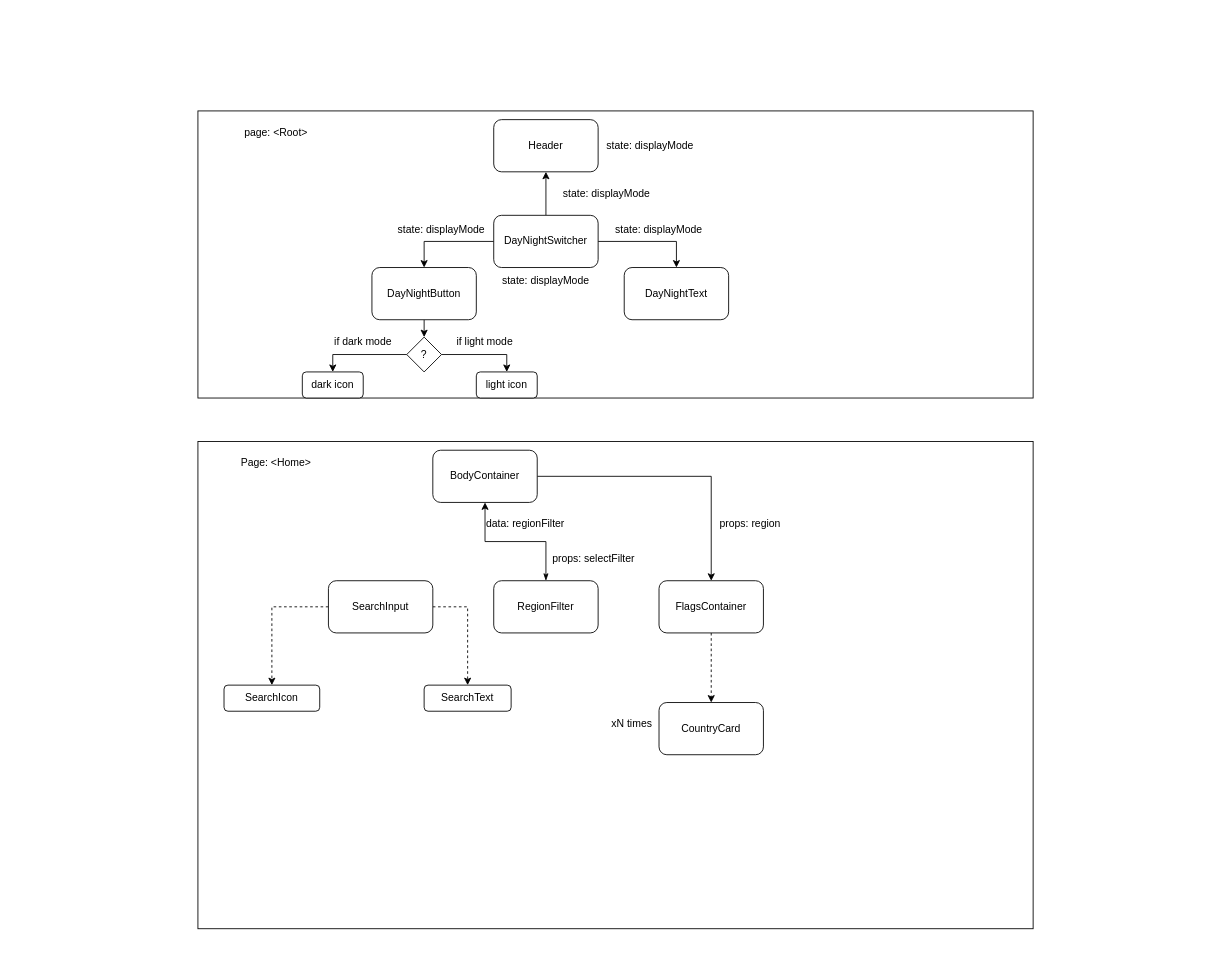
Before: comp_architecture.drawio in aisiklar/REST_Countries_API_Project, a draw.io diagram. Source tidied: cells renumbered, new cells numbered last; positions are measured from the earlier drawing's top-left corner, leaving out a move shared by most shapes. Both pictures are drawn from the tidied source at 87%, with x=0, y=0 at pixel (197, 110).
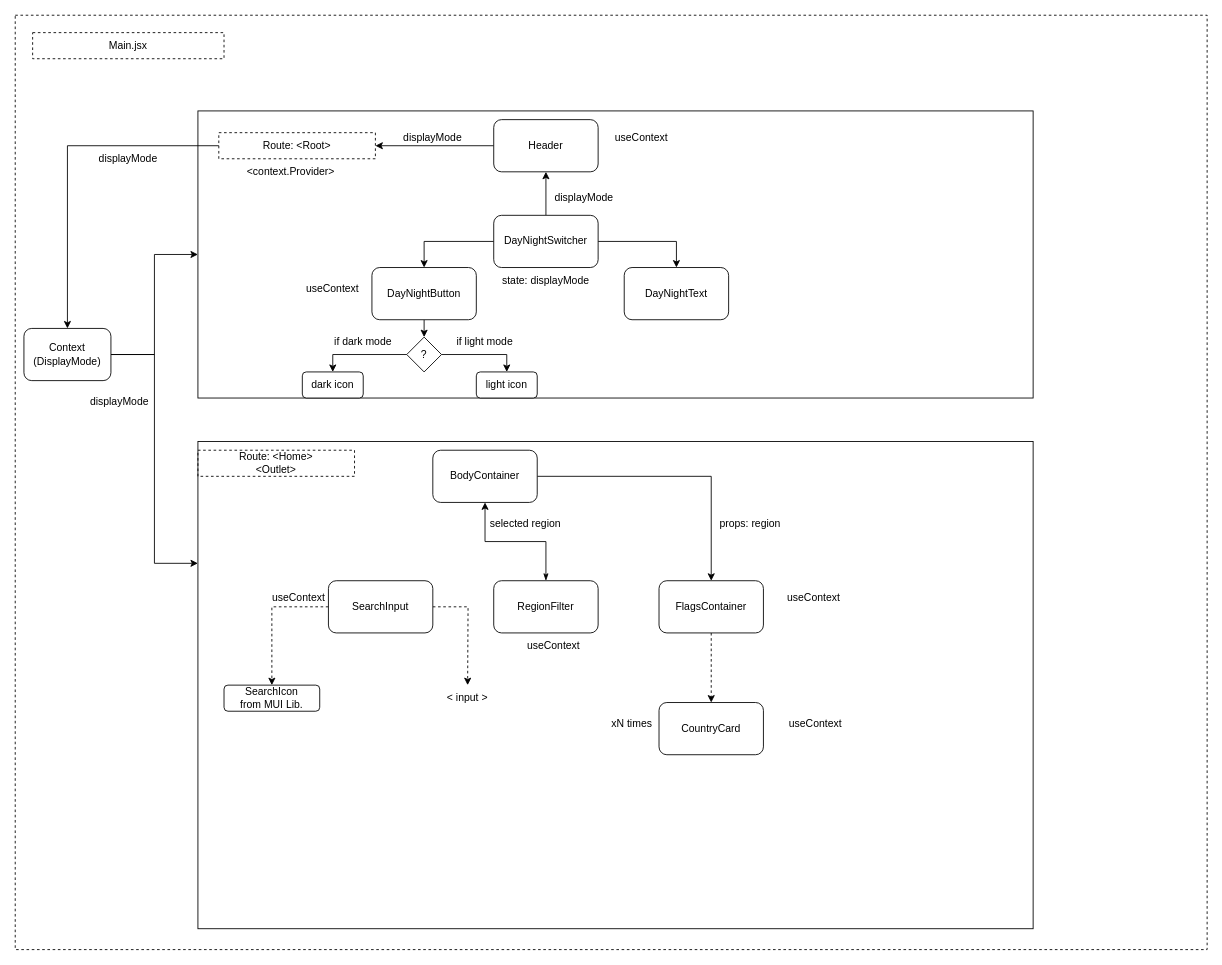
Above is the later version.

Unchanged cells that the change refers to:
```xml
<mxCell id="2" style="rounded=0;whiteSpace=wrap;html=1;" parent="1" vertex="1">
  <mxGeometry width="960" height="330" as="geometry" />
</mxCell>
<mxCell id="3" style="rounded=0;whiteSpace=wrap;html=1;" parent="1" vertex="1">
  <mxGeometry y="380" width="960" height="560" as="geometry" />
</mxCell>
<mxCell id="8" value="SearchInput" style="rounded=1;whiteSpace=wrap;html=1;" parent="1" vertex="1">
  <mxGeometry x="150" y="540" width="120" height="60" as="geometry" />
</mxCell>
<mxCell id="16" value="Header" style="whiteSpace=wrap;html=1;rounded=1;" parent="1" vertex="1">
  <mxGeometry x="340" y="10" width="120" height="60" as="geometry" />
</mxCell>
```

The edit, as a diff of the source:
```diff
@@
+    <mxCell id="42" style="rounded=0;whiteSpace=wrap;html=1;dashed=1;strokeColor=default;" parent="1" vertex="1">
+      <mxGeometry x="-210" y="-110" width="1370" height="1074" as="geometry" />
+    </mxCell>
@@
-    <mxCell id="6" style="edgeStyle=orthogonalEdgeStyle;rounded=0;jettySize=auto;html=1;exitX=1;exitY=0.5;exitDx=0;exitDy=0;dashed=1;" parent="1" edge="1" source="8" target="38">
-      <mxGeometry relative="1" as="geometry" />
+    <mxCell id="6" style="edgeStyle=orthogonalEdgeStyle;rounded=0;jettySize=auto;html=1;exitX=1;exitY=0.5;exitDx=0;exitDy=0;dashed=1;" parent="1" edge="1" source="8">
+      <mxGeometry relative="1" as="geometry">
+        <mxPoint x="310" y="660" as="targetPoint" />
+      </mxGeometry>
     </mxCell>
@@
-    <mxCell id="15" value="Page: &amp;lt;Home&amp;gt;" style="text;html=1;strokeColor=none;fillColor=none;align=center;verticalAlign=middle;whiteSpace=wrap;rounded=0;" parent="1" vertex="1">
+    <mxCell id="15" value="Route: &amp;lt;Home&amp;gt;&lt;br&gt;&amp;lt;Outlet&amp;gt;" style="text;html=1;strokeColor=default;fillColor=none;align=center;verticalAlign=middle;whiteSpace=wrap;rounded=0;dashed=1;" parent="1" vertex="1">
       <mxGeometry y="390" width="180" height="30" as="geometry" />
     </mxCell>
+    <mxCell id="43" style="edgeStyle=orthogonalEdgeStyle;rounded=0;jettySize=auto;html=1;entryX=1;entryY=0.5;entryDx=0;entryDy=0;" parent="1" edge="1" source="16" target="24">
+      <mxGeometry relative="1" as="geometry" />
+    </mxCell>
@@
+    <mxCell id="44" style="edgeStyle=orthogonalEdgeStyle;rounded=0;jettySize=auto;html=1;" parent="1" edge="1" source="24" target="48">
+      <mxGeometry relative="1" as="geometry" />
+    </mxCell>
-    <mxCell id="24" value="page: &amp;lt;Root&amp;gt;" style="text;html=1;strokeColor=none;fillColor=none;align=center;verticalAlign=middle;whiteSpace=wrap;rounded=0;" parent="1" vertex="1">
-      <mxGeometry y="10" width="180" height="30" as="geometry" />
+    <mxCell id="24" value="Route: &amp;lt;Root&amp;gt;" style="text;html=1;strokeColor=default;fillColor=none;align=center;verticalAlign=middle;whiteSpace=wrap;rounded=0;dashed=1;" parent="1" vertex="1">
+      <mxGeometry x="24" y="25" width="180" height="30" as="geometry" />
     </mxCell>
@@
-    <mxCell id="30" value="state: displayMode" style="text;html=1;strokeColor=none;fillColor=none;align=center;verticalAlign=middle;whiteSpace=wrap;rounded=0;" parent="1" vertex="1">
-      <mxGeometry x="410" y="80" width="120" height="30" as="geometry" />
+    <mxCell id="30" value="displayMode" style="text;html=1;strokeColor=none;fillColor=none;align=center;verticalAlign=middle;whiteSpace=wrap;rounded=0;" parent="1" vertex="1">
+      <mxGeometry x="384" y="85" width="120" height="30" as="geometry" />
     </mxCell>
-    <mxCell id="31" value="state: displayMode" style="text;html=1;strokeColor=none;fillColor=none;align=center;verticalAlign=middle;whiteSpace=wrap;rounded=0;" parent="1" vertex="1">
-      <mxGeometry x="220" y="122" width="120" height="30" as="geometry" />
-    </mxCell>
-    <mxCell id="32" value="state: displayMode" style="text;html=1;strokeColor=none;fillColor=none;align=center;verticalAlign=middle;whiteSpace=wrap;rounded=0;" parent="1" vertex="1">
-      <mxGeometry x="470" y="122" width="120" height="30" as="geometry" />
-    </mxCell>
@@
-    <mxCell id="34" value="state: displayMode" style="text;html=1;strokeColor=none;fillColor=none;align=center;verticalAlign=middle;whiteSpace=wrap;rounded=0;" parent="1" vertex="1">
-      <mxGeometry x="460" y="25" width="120" height="30" as="geometry" />
-    </mxCell>
@@
-    <mxCell id="37" value="SearchIcon" style="rounded=1;whiteSpace=wrap;html=1;" parent="1" vertex="1">
+    <mxCell id="37" value="SearchIcon&lt;br&gt;from MUI Lib." style="rounded=1;whiteSpace=wrap;html=1;" parent="1" vertex="1">
       <mxGeometry x="30" y="660" width="110" height="30" as="geometry" />
     </mxCell>
-    <mxCell id="38" value="SearchText" style="rounded=1;whiteSpace=wrap;html=1;" parent="1" vertex="1">
-      <mxGeometry x="260" y="660" width="100" height="30" as="geometry" />
-    </mxCell>
-    <mxCell id="39" value="&amp;nbsp;data: regionFilter" style="text;html=1;strokeColor=none;fillColor=none;align=center;verticalAlign=middle;whiteSpace=wrap;rounded=0;" parent="1" vertex="1">
+    <mxCell id="39" value="&amp;nbsp;selected region" style="text;html=1;strokeColor=none;fillColor=none;align=center;verticalAlign=middle;whiteSpace=wrap;rounded=0;" parent="1" vertex="1">
       <mxGeometry x="320" y="460" width="110" height="30" as="geometry" />
     </mxCell>
-    <mxCell id="40" value="props: selectFilter" style="text;html=1;strokeColor=none;fillColor=none;align=center;verticalAlign=middle;whiteSpace=wrap;rounded=0;" parent="1" vertex="1">
-      <mxGeometry x="400" y="500" width="110" height="30" as="geometry" />
-    </mxCell>
@@
+    <mxCell id="45" value="&amp;lt; input &amp;gt;" style="text;html=1;strokeColor=none;fillColor=none;align=center;verticalAlign=middle;whiteSpace=wrap;rounded=0;" parent="1" vertex="1">
+      <mxGeometry x="250" y="660" width="120" height="30" as="geometry" />
+    </mxCell>
+    <mxCell id="46" style="edgeStyle=orthogonalEdgeStyle;rounded=0;jettySize=auto;html=1;entryX=0;entryY=0.25;entryDx=0;entryDy=0;" parent="1" edge="1" source="48" target="3">
+      <mxGeometry relative="1" as="geometry" />
+    </mxCell>
+    <mxCell id="47" style="edgeStyle=orthogonalEdgeStyle;rounded=0;jettySize=auto;html=1;" parent="1" edge="1" source="48" target="2">
+      <mxGeometry relative="1" as="geometry" />
+    </mxCell>
+    <mxCell id="48" value="Context&lt;br&gt;(DisplayMode)" style="whiteSpace=wrap;html=1;rounded=1;" parent="1" vertex="1">
+      <mxGeometry x="-200" y="250" width="100" height="60" as="geometry" />
+    </mxCell>
+    <mxCell id="49" value="displayMode" style="text;html=1;strokeColor=none;fillColor=none;align=center;verticalAlign=middle;whiteSpace=wrap;rounded=0;" parent="1" vertex="1">
+      <mxGeometry x="210" y="16" width="120" height="30" as="geometry" />
+    </mxCell>
+    <mxCell id="50" value="displayMode" style="text;html=1;strokeColor=none;fillColor=none;align=center;verticalAlign=middle;whiteSpace=wrap;rounded=0;" parent="1" vertex="1">
+      <mxGeometry x="-140" y="40" width="120" height="30" as="geometry" />
+    </mxCell>
+    <mxCell id="51" value="&amp;lt;context.Provider&amp;gt;" style="text;html=1;strokeColor=none;fillColor=none;align=center;verticalAlign=middle;whiteSpace=wrap;rounded=0;" parent="1" vertex="1">
+      <mxGeometry x="47" y="55" width="120" height="30" as="geometry" />
+    </mxCell>
+    <mxCell id="52" value="Main.jsx" style="text;html=1;strokeColor=default;fillColor=none;align=center;verticalAlign=middle;whiteSpace=wrap;rounded=0;dashed=1;" parent="1" vertex="1">
+      <mxGeometry x="-190" y="-90" width="220" height="30" as="geometry" />
+    </mxCell>
+    <mxCell id="53" value="displayMode" style="text;html=1;strokeColor=none;fillColor=none;align=center;verticalAlign=middle;whiteSpace=wrap;rounded=0;" parent="1" vertex="1">
+      <mxGeometry x="-150" y="320" width="120" height="30" as="geometry" />
+    </mxCell>
+    <mxCell id="54" value="useContext" style="text;html=1;strokeColor=none;fillColor=none;align=center;verticalAlign=middle;whiteSpace=wrap;rounded=0;" parent="1" vertex="1">
+      <mxGeometry x="450" y="16" width="120" height="30" as="geometry" />
+    </mxCell>
+    <mxCell id="55" value="useContext" style="text;html=1;strokeColor=none;fillColor=none;align=center;verticalAlign=middle;whiteSpace=wrap;rounded=0;" parent="1" vertex="1">
+      <mxGeometry x="95" y="190" width="120" height="30" as="geometry" />
+    </mxCell>
+    <mxCell id="56" value="useContext" style="text;html=1;strokeColor=none;fillColor=none;align=center;verticalAlign=middle;whiteSpace=wrap;rounded=0;" parent="1" vertex="1">
+      <mxGeometry x="56" y="545" width="120" height="30" as="geometry" />
+    </mxCell>
+    <mxCell id="57" value="useContext" style="text;html=1;strokeColor=none;fillColor=none;align=center;verticalAlign=middle;whiteSpace=wrap;rounded=0;" parent="1" vertex="1">
+      <mxGeometry x="349" y="600" width="120" height="30" as="geometry" />
+    </mxCell>
+    <mxCell id="58" value="useContext" style="text;html=1;strokeColor=none;fillColor=none;align=center;verticalAlign=middle;whiteSpace=wrap;rounded=0;" parent="1" vertex="1">
+      <mxGeometry x="648" y="545" width="120" height="30" as="geometry" />
+    </mxCell>
+    <mxCell id="59" value="useContext" style="text;html=1;strokeColor=none;fillColor=none;align=center;verticalAlign=middle;whiteSpace=wrap;rounded=0;" parent="1" vertex="1">
+      <mxGeometry x="650" y="690" width="120" height="30" as="geometry" />
+    </mxCell>
```
